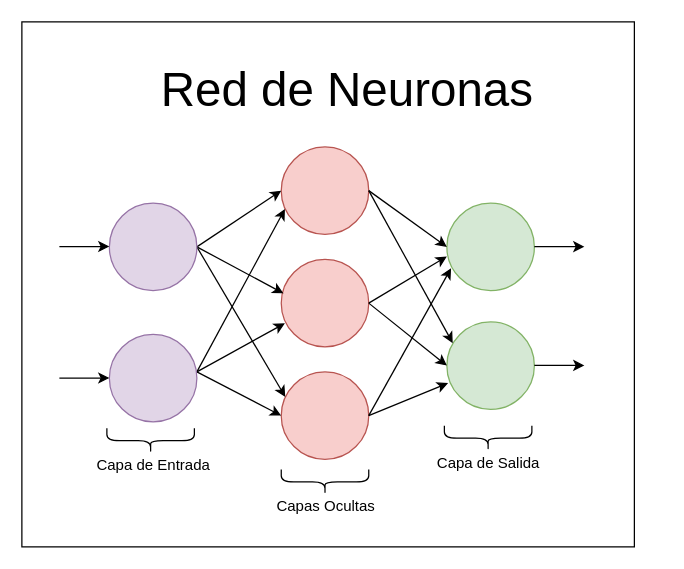
Above: Code/TFGCode/Images/neural_network.drawio in dmarintwentychu/TFG (draw.io), before the change. Source tidied: cells renumbered, new cells numbered last; positions are measured from the earlier drawing's top-left corner, leaving out a move shared by most shapes. Both pictures are drawn from the tidied source at 125%, with x=0, y=0 at pixel (21, 21).
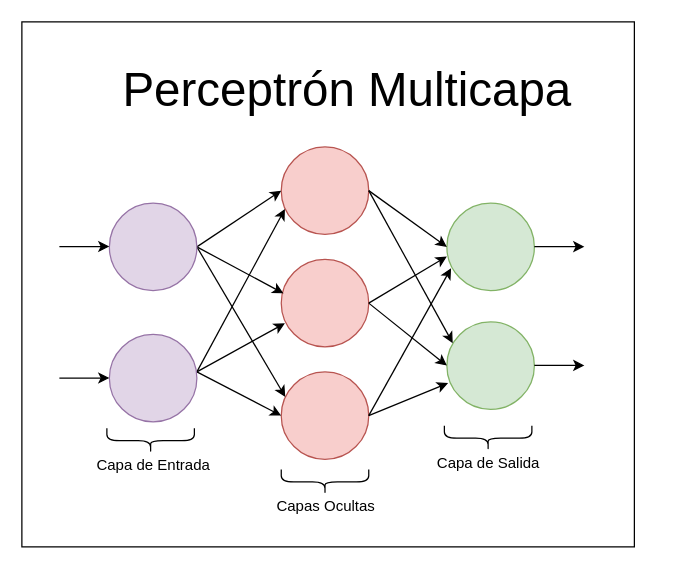
Above is the later version.

Diff of the diagram source:
```diff
@@
-    <mxCell id="3" value="&lt;font style=&quot;font-size: 38px;&quot;&gt;Red de Neuronas&lt;/font&gt;" style="text;html=1;align=center;verticalAlign=middle;whiteSpace=wrap;rounded=0;" parent="1" vertex="1">
+    <mxCell id="3" value="&lt;font style=&quot;font-size: 38px;&quot;&gt;Perceptrón Multicapa&lt;/font&gt;" style="text;html=1;align=center;verticalAlign=middle;whiteSpace=wrap;rounded=0;" parent="1" vertex="1">
       <mxGeometry x="7.5" width="505" height="110" as="geometry" />
     </mxCell>
```
